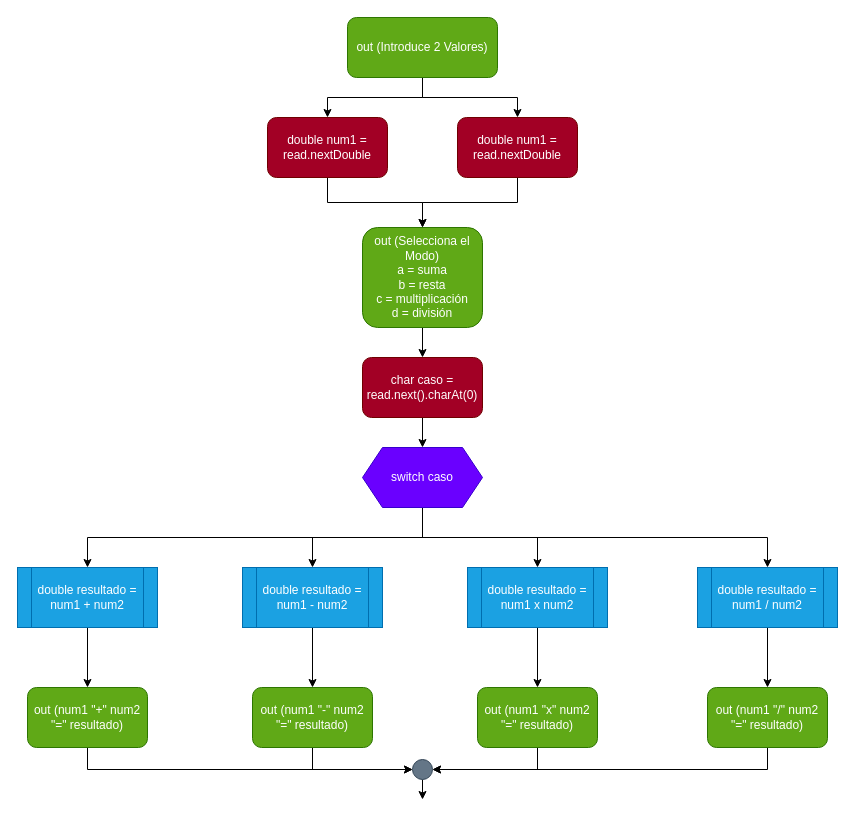
Above: src/ejercicio3/Ejercicio3.drawio in antonionavarro04/Tema2Boletin2 (draw.io), before the change. Source tidied: cells renumbered, new cells numbered last; positions are measured from the earlier drawing's top-left corner, leaving out a move shared by most shapes. Both pictures are drawn from the tidied source at 100%, with x=0, y=0 at pixel (17, 17).
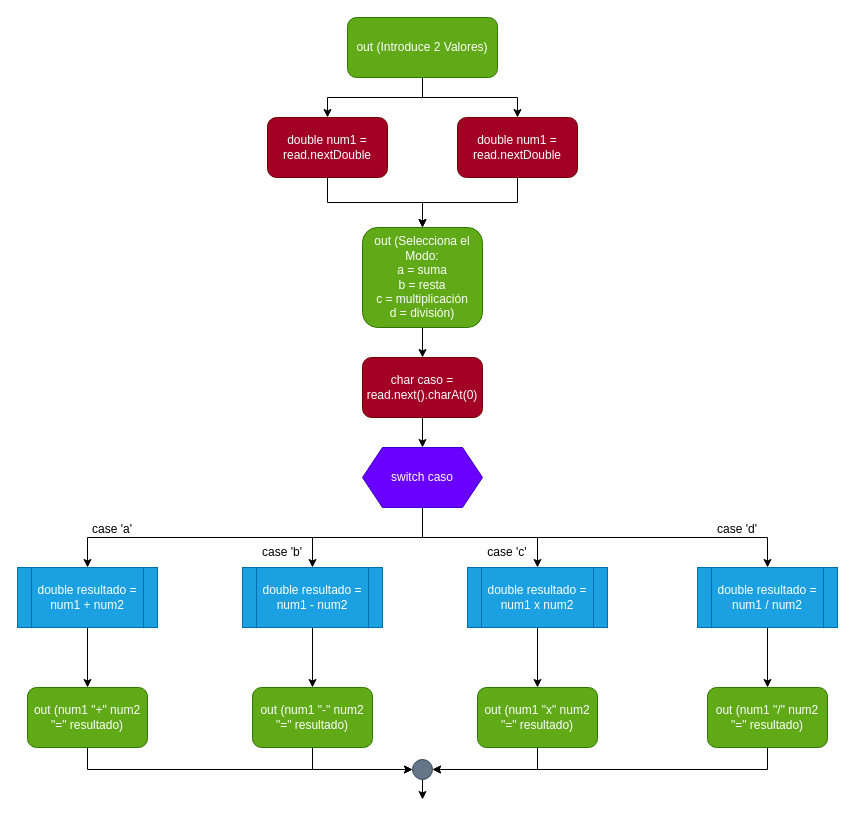
The same page after the edit.

The edit, as a diff of the source:
```diff
@@
-    <mxCell id="10" value="out (Selecciona el Modo)&lt;br&gt;a = suma&lt;br&gt;b = resta&lt;br&gt;c = multiplicación&lt;br&gt;d = división" style="rounded=1;whiteSpace=wrap;html=1;fillColor=#60a917;fontColor=#ffffff;strokeColor=#2D7600;" parent="1" vertex="1">
+    <mxCell id="10" value="out (Selecciona el Modo:&lt;br&gt;a = suma&lt;br&gt;b = resta&lt;br&gt;c = multiplicación&lt;br&gt;d = división)" style="rounded=1;whiteSpace=wrap;html=1;fillColor=#60a917;fontColor=#ffffff;strokeColor=#2D7600;" parent="1" vertex="1">
       <mxGeometry x="345" y="210" width="120" height="100" as="geometry" />
     </mxCell>
@@
+    <mxCell id="36" value="case 'a'" style="text;html=1;strokeColor=none;fillColor=none;align=center;verticalAlign=middle;whiteSpace=wrap;rounded=0;" parent="1" vertex="1">
+      <mxGeometry x="65" y="497" width="60" height="30" as="geometry" />
+    </mxCell>
+    <mxCell id="37" value="case 'b'" style="text;html=1;strokeColor=none;fillColor=none;align=center;verticalAlign=middle;whiteSpace=wrap;rounded=0;" parent="1" vertex="1">
+      <mxGeometry x="235" y="520" width="60" height="30" as="geometry" />
+    </mxCell>
+    <mxCell id="38" value="case 'c'" style="text;html=1;strokeColor=none;fillColor=none;align=center;verticalAlign=middle;whiteSpace=wrap;rounded=0;" parent="1" vertex="1">
+      <mxGeometry x="460" y="520" width="60" height="30" as="geometry" />
+    </mxCell>
+    <mxCell id="39" value="case 'd'" style="text;html=1;strokeColor=none;fillColor=none;align=center;verticalAlign=middle;whiteSpace=wrap;rounded=0;" parent="1" vertex="1">
+      <mxGeometry x="690" y="497" width="60" height="30" as="geometry" />
+    </mxCell>
```
